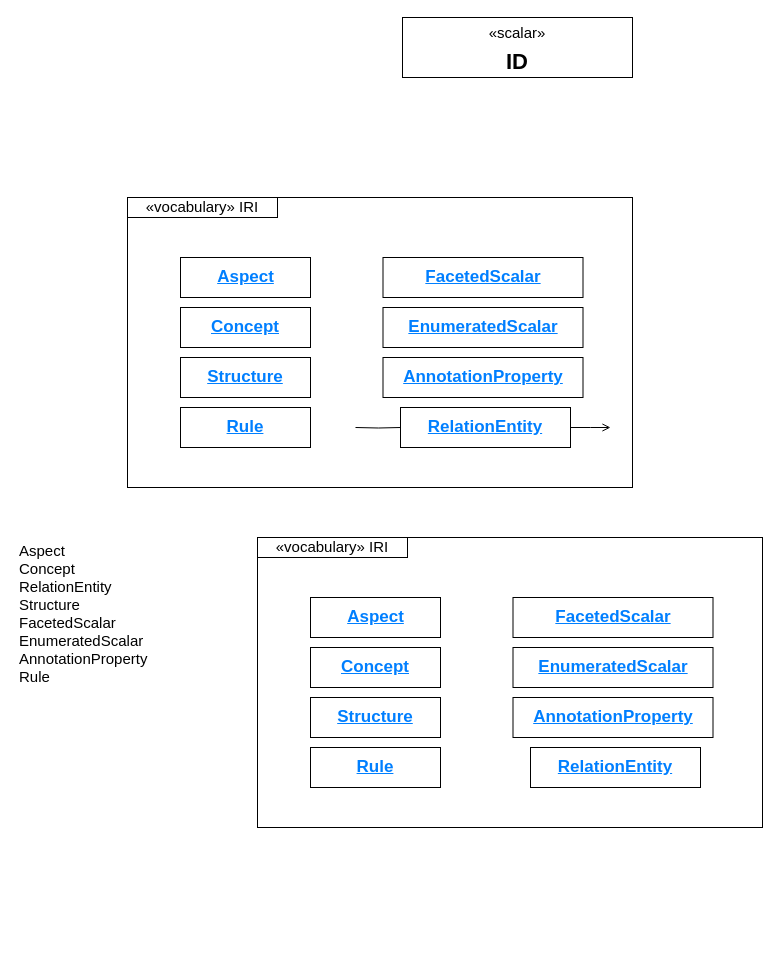
The draw.io diagram page "Vocabulary" (5 of 5) of io.opencaesar.oml.parent/io.opencaesar.oml.specification/oml-spec.drawio in opencaesar/oml, before the edit. Source tidied: cells renumbered, new cells numbered last; positions are measured from the earlier drawing's top-left corner, leaving out a move shared by most shapes. Both pictures are drawn from the tidied source at 100%, with x=0, y=0 at pixel (17, 17).
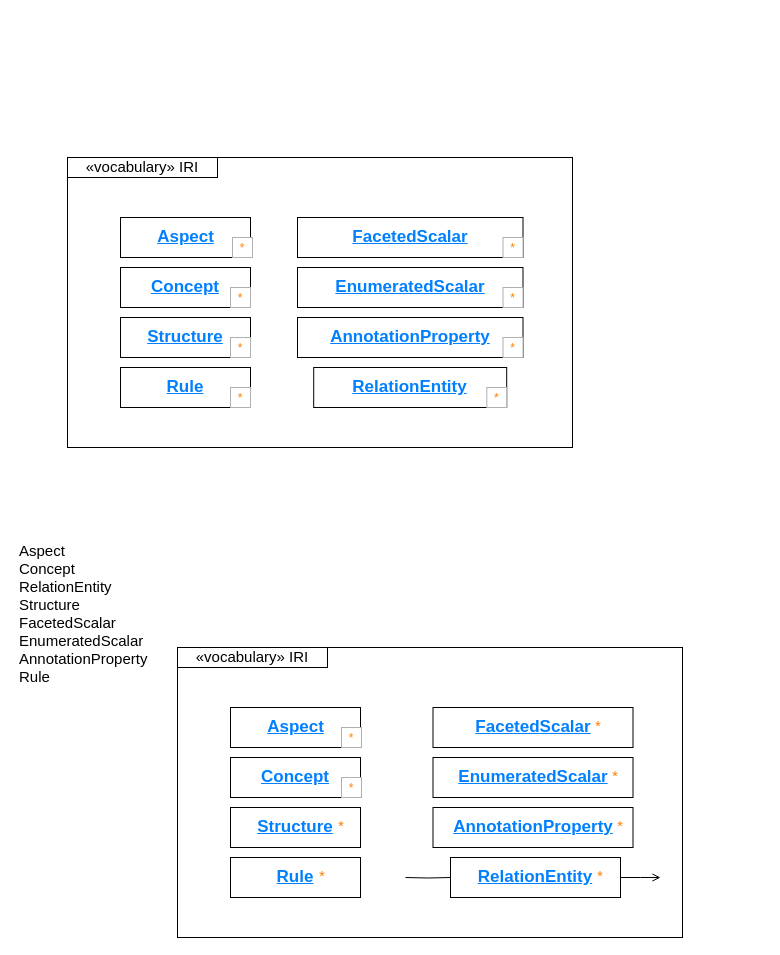
The same diagram, later.

The change refers to these unchanged cells:
```xml
<mxCell id="17" style="group;" parent="8" vertex="1">
  <mxGeometry x="228" y="210" width="255" height="40" as="geometry" />
</mxCell>
```

The edit, as a diff of the source:
```diff
@@
-    <mxCell id="3" style="group;dashed=1;strokeColor=#B0B0B0;fontSize=17;fontColor=#007FFF;" parent="1" vertex="1">
-      <mxGeometry x="385" width="230" height="60" as="geometry" />
-    </mxCell>
-    <mxCell id="4" style="group;" parent="3" vertex="1">
-      <mxGeometry width="230" height="60" as="geometry" />
-    </mxCell>
-    <mxCell id="5" style="rounded=0;whiteSpace=wrap;html=1;" parent="4" vertex="1">
-      <mxGeometry width="230" height="60" as="geometry" />
-    </mxCell>
-    <mxCell id="6" value="«scalar»" style="text;strokeColor=none;fillColor=none;align=center;verticalAlign=middle;rounded=0;fontSize=15;dashed=1;" parent="4" vertex="1">
-      <mxGeometry x="80" y="4" width="70" height="20" as="geometry" />
-    </mxCell>
-    <mxCell id="7" value="ID" style="text;strokeColor=none;fillColor=none;align=center;verticalAlign=middle;rounded=0;fontSize=22;fontStyle=1;" parent="3" vertex="1">
-      <mxGeometry x="95" y="27" width="40" height="30" as="geometry" />
-    </mxCell>
     <mxCell id="8" style="group;" parent="1" vertex="1">
-      <mxGeometry x="110" y="180" width="505" height="290" as="geometry" />
+      <mxGeometry x="160" y="630" width="505" height="290" as="geometry" />
     </mxCell>
@@
-    <mxCell id="10" value="&lt;b&gt;&lt;font style=&quot;font-size: 17px&quot; color=&quot;#007fff&quot;&gt;&lt;u&gt;Aspect&lt;/u&gt;&lt;/font&gt;&lt;/b&gt;" style="rounded=0;html=1;" parent="8" vertex="1">
-      <mxGeometry x="53" y="60" width="130" height="40" as="geometry" />
-    </mxCell>
-    <mxCell id="11" value="&lt;b&gt;&lt;font style=&quot;font-size: 17px&quot; color=&quot;#007fff&quot;&gt;&lt;u&gt;Concept&lt;/u&gt;&lt;/font&gt;&lt;/b&gt;" style="rounded=0;whiteSpace=wrap;html=1;" parent="8" vertex="1">
-      <mxGeometry x="53" y="110" width="130" height="40" as="geometry" />
-    </mxCell>
-    <mxCell id="12" value="&lt;b&gt;&lt;font style=&quot;font-size: 17px&quot; color=&quot;#007fff&quot;&gt;&lt;u&gt;Structure&lt;/u&gt;&lt;/font&gt;&lt;/b&gt;" style="rounded=0;whiteSpace=wrap;html=1;" parent="8" vertex="1">
-      <mxGeometry x="53" y="160" width="130" height="40" as="geometry" />
-    </mxCell>
-    <mxCell id="13" value="&lt;b&gt;&lt;font style=&quot;font-size: 17px&quot; color=&quot;#007fff&quot;&gt;&lt;u&gt;FacetedScalar&lt;/u&gt;&lt;/font&gt;&lt;/b&gt;" style="rounded=0;whiteSpace=wrap;html=1;" parent="8" vertex="1">
-      <mxGeometry x="255.5" y="60" width="200" height="40" as="geometry" />
-    </mxCell>
-    <mxCell id="14" value="&lt;b&gt;&lt;font style=&quot;font-size: 17px&quot; color=&quot;#007fff&quot;&gt;&lt;u&gt;EnumeratedScalar&lt;/u&gt;&lt;/font&gt;&lt;/b&gt;" style="rounded=0;whiteSpace=wrap;html=1;" parent="8" vertex="1">
-      <mxGeometry x="255.5" y="110" width="200" height="40" as="geometry" />
-    </mxCell>
-    <mxCell id="15" value="&lt;b&gt;&lt;font style=&quot;font-size: 17px&quot; color=&quot;#007fff&quot;&gt;&lt;u&gt;AnnotationProperty&lt;/u&gt;&lt;/font&gt;&lt;/b&gt;" style="rounded=0;whiteSpace=wrap;html=1;" parent="8" vertex="1">
-      <mxGeometry x="255.5" y="160" width="200" height="40" as="geometry" />
-    </mxCell>
-    <mxCell id="16" value="&lt;b&gt;&lt;font style=&quot;font-size: 17px&quot; color=&quot;#007fff&quot;&gt;&lt;u&gt;Rule&lt;/u&gt;&lt;/font&gt;&lt;/b&gt;" style="rounded=0;whiteSpace=wrap;html=1;" parent="8" vertex="1">
-      <mxGeometry x="53" y="210" width="130" height="40" as="geometry" />
-    </mxCell>
@@
-    <mxCell id="18" value="&lt;b&gt;&lt;font style=&quot;font-size: 17px&quot; color=&quot;#007fff&quot;&gt;&lt;u&gt;RelationEntity&lt;/u&gt;&lt;/font&gt;&lt;/b&gt;" style="rounded=0;whiteSpace=wrap;html=1;" parent="17" vertex="1">
-      <mxGeometry x="45" width="170" height="40" as="geometry" />
-    </mxCell>
@@
+    <mxCell id="34" style="group;" parent="17" vertex="1">
+      <mxGeometry x="45" width="170" height="40" as="geometry" />
+    </mxCell>
+    <mxCell id="18" value="&lt;b&gt;&lt;font style=&quot;font-size: 17px&quot; color=&quot;#007fff&quot;&gt;&lt;u&gt;RelationEntity&lt;/u&gt;&lt;/font&gt;&lt;/b&gt;" style="rounded=0;whiteSpace=wrap;html=1;" parent="34" vertex="1">
+      <mxGeometry width="170" height="40" as="geometry" />
+    </mxCell>
+    <mxCell id="35" value="&lt;font style=&quot;font-size: 15px;&quot; color=&quot;#ff8000&quot; face=&quot;Courier New&quot;&gt;*&lt;/font&gt;" style="text;html=1;strokeColor=none;fillColor=none;align=center;verticalAlign=middle;whiteSpace=wrap;rounded=0;fontSize=15;fontColor=#FFB366;" parent="34" vertex="1">
+      <mxGeometry x="139" y="5" width="21.7" height="30" as="geometry" />
+    </mxCell>
@@
-    <mxCell id="22" style="group;" parent="1" vertex="1">
-      <mxGeometry x="240" y="520" width="505" height="290" as="geometry" />
-    </mxCell>
+    <mxCell id="36" style="group;" parent="8" vertex="1">
+      <mxGeometry x="53" y="60" width="131" height="40" as="geometry" />
+    </mxCell>
+    <mxCell id="10" value="&lt;b&gt;&lt;font style=&quot;font-size: 17px&quot; color=&quot;#007fff&quot;&gt;&lt;u&gt;Aspect&lt;/u&gt;&lt;/font&gt;&lt;/b&gt;" style="rounded=0;html=1;" parent="36" vertex="1">
+      <mxGeometry width="130" height="40" as="geometry" />
+    </mxCell>
+    <mxCell id="37" value="*" style="rounded=0;glass=0;comic=0;fontColor=#FF8000;strokeColor=#b0b0b0;" parent="36" vertex="1">
+      <mxGeometry x="111" y="20" width="20" height="20" as="geometry" />
+    </mxCell>
+    <mxCell id="38" style="group;" parent="8" vertex="1">
+      <mxGeometry x="255.5" y="160" width="200" height="40" as="geometry" />
+    </mxCell>
+    <mxCell id="15" value="&lt;b&gt;&lt;font style=&quot;font-size: 17px&quot; color=&quot;#007fff&quot;&gt;&lt;u&gt;AnnotationProperty&lt;/u&gt;&lt;/font&gt;&lt;/b&gt;" style="rounded=0;whiteSpace=wrap;html=1;" parent="38" vertex="1">
+      <mxGeometry width="200" height="40" as="geometry" />
+    </mxCell>
+    <mxCell id="39" value="&lt;font style=&quot;font-size: 15px;&quot; color=&quot;#ff8000&quot; face=&quot;Courier New&quot;&gt;*&lt;/font&gt;" style="text;html=1;strokeColor=none;fillColor=none;align=center;verticalAlign=middle;whiteSpace=wrap;rounded=0;fontSize=15;fontColor=#FFB366;" parent="38" vertex="1">
+      <mxGeometry x="176.5" y="5" width="21.7" height="30" as="geometry" />
+    </mxCell>
+    <mxCell id="40" style="group;" parent="8" vertex="1">
+      <mxGeometry x="255.5" y="110" width="200" height="40" as="geometry" />
+    </mxCell>
+    <mxCell id="14" value="&lt;b&gt;&lt;font style=&quot;font-size: 17px&quot; color=&quot;#007fff&quot;&gt;&lt;u&gt;EnumeratedScalar&lt;/u&gt;&lt;/font&gt;&lt;/b&gt;" style="rounded=0;whiteSpace=wrap;html=1;" parent="40" vertex="1">
+      <mxGeometry width="200" height="40" as="geometry" />
+    </mxCell>
+    <mxCell id="41" value="&lt;font style=&quot;font-size: 15px;&quot; color=&quot;#ff8000&quot; face=&quot;Courier New&quot;&gt;*&lt;/font&gt;" style="text;html=1;strokeColor=none;fillColor=none;align=center;verticalAlign=middle;whiteSpace=wrap;rounded=0;fontSize=15;fontColor=#FFB366;" parent="40" vertex="1">
+      <mxGeometry x="171.5" y="5" width="21.7" height="30" as="geometry" />
+    </mxCell>
+    <mxCell id="42" style="group;" parent="8" vertex="1">
+      <mxGeometry x="255.5" y="60" width="200" height="40" as="geometry" />
+    </mxCell>
+    <mxCell id="13" value="&lt;b&gt;&lt;font style=&quot;font-size: 17px&quot; color=&quot;#007fff&quot;&gt;&lt;u&gt;FacetedScalar&lt;/u&gt;&lt;/font&gt;&lt;/b&gt;" style="rounded=0;whiteSpace=wrap;html=1;" parent="42" vertex="1">
+      <mxGeometry width="200" height="40" as="geometry" />
+    </mxCell>
+    <mxCell id="43" value="&lt;font style=&quot;font-size: 15px;&quot; color=&quot;#ff8000&quot; face=&quot;Courier New&quot;&gt;*&lt;/font&gt;" style="text;html=1;strokeColor=none;fillColor=none;align=center;verticalAlign=middle;whiteSpace=wrap;rounded=0;fontSize=15;fontColor=#FFB366;" parent="42" vertex="1">
+      <mxGeometry x="154.5" y="5" width="21.7" height="30" as="geometry" />
+    </mxCell>
+    <mxCell id="44" style="group;" parent="8" vertex="1">
+      <mxGeometry x="53" y="210" width="130" height="40" as="geometry" />
+    </mxCell>
+    <mxCell id="16" value="&lt;b&gt;&lt;font style=&quot;font-size: 17px&quot; color=&quot;#007fff&quot;&gt;&lt;u&gt;Rule&lt;/u&gt;&lt;/font&gt;&lt;/b&gt;" style="rounded=0;whiteSpace=wrap;html=1;" parent="44" vertex="1">
+      <mxGeometry width="130" height="40" as="geometry" />
+    </mxCell>
+    <mxCell id="45" value="&lt;font style=&quot;font-size: 15px;&quot; color=&quot;#ff8000&quot; face=&quot;Courier New&quot;&gt;*&lt;/font&gt;" style="text;html=1;strokeColor=none;fillColor=none;align=center;verticalAlign=middle;whiteSpace=wrap;rounded=0;fontSize=15;fontColor=#FFB366;" parent="44" vertex="1">
+      <mxGeometry x="81.3" y="5" width="21.7" height="30" as="geometry" />
+    </mxCell>
+    <mxCell id="46" style="group;" parent="8" vertex="1">
+      <mxGeometry x="53" y="160" width="130" height="40" as="geometry" />
+    </mxCell>
+    <mxCell id="12" value="&lt;b&gt;&lt;font style=&quot;font-size: 17px&quot; color=&quot;#007fff&quot;&gt;&lt;u&gt;Structure&lt;/u&gt;&lt;/font&gt;&lt;/b&gt;" style="rounded=0;whiteSpace=wrap;html=1;" parent="46" vertex="1">
+      <mxGeometry width="130" height="40" as="geometry" />
+    </mxCell>
+    <mxCell id="47" value="&lt;font style=&quot;font-size: 15px;&quot; color=&quot;#ff8000&quot; face=&quot;Courier New&quot;&gt;*&lt;/font&gt;" style="text;html=1;strokeColor=none;fillColor=none;align=center;verticalAlign=middle;whiteSpace=wrap;rounded=0;fontSize=15;fontColor=#FFB366;" parent="46" vertex="1">
+      <mxGeometry x="100" y="5" width="21.7" height="30" as="geometry" />
+    </mxCell>
+    <mxCell id="48" style="group;" parent="8" vertex="1">
+      <mxGeometry x="53" y="110" width="131" height="40" as="geometry" />
+    </mxCell>
+    <mxCell id="11" value="&lt;b&gt;&lt;font style=&quot;font-size: 17px&quot; color=&quot;#007fff&quot;&gt;&lt;u&gt;Concept&lt;/u&gt;&lt;/font&gt;&lt;/b&gt;" style="rounded=0;whiteSpace=wrap;html=1;" parent="48" vertex="1">
+      <mxGeometry width="130" height="40" as="geometry" />
+    </mxCell>
+    <mxCell id="49" value="*" style="rounded=0;glass=0;comic=0;fontColor=#FF8000;strokeColor=#b0b0b0;" parent="48" vertex="1">
+      <mxGeometry x="111" y="20" width="20" height="20" as="geometry" />
+    </mxCell>
+    <mxCell id="50" style="group;" parent="1" vertex="1">
+      <mxGeometry x="50" y="140" width="505" height="290" as="geometry" />
+    </mxCell>
-    <mxCell id="23" style="rounded=0;whiteSpace=wrap;html=1;" parent="22" vertex="1">
+    <mxCell id="23" style="rounded=0;whiteSpace=wrap;html=1;" parent="50" vertex="1">
       <mxGeometry width="505" height="290" as="geometry" />
     </mxCell>
+    <mxCell id="33" value="&lt;span style=&quot;color: rgb(0 , 0 , 0) ; font-size: 15px&quot;&gt;«vocabulary» IRI&lt;/span&gt;" style="rounded=0;whiteSpace=wrap;html=1;fontSize=17;fontColor=#007FFF;" parent="50" vertex="1">
+      <mxGeometry width="150" height="20" as="geometry" />
+    </mxCell>
+    <mxCell id="51" style="group;" parent="50" vertex="1">
+      <mxGeometry x="230" y="160" width="225.5" height="40" as="geometry" />
+    </mxCell>
+    <mxCell id="29" value="&lt;b&gt;&lt;font style=&quot;font-size: 17px&quot; color=&quot;#007fff&quot;&gt;&lt;u&gt;AnnotationProperty&lt;/u&gt;&lt;/font&gt;&lt;/b&gt;" style="rounded=0;whiteSpace=wrap;html=1;" parent="51" vertex="1">
+      <mxGeometry width="225.5" height="40" as="geometry" />
+    </mxCell>
+    <mxCell id="52" value="*" style="rounded=0;glass=0;comic=0;fontColor=#FF8000;strokeColor=#b0b0b0;" parent="51" vertex="1">
+      <mxGeometry x="205.5" y="20" width="20" height="20" as="geometry" />
+    </mxCell>
+    <mxCell id="53" style="group;" parent="50" vertex="1">
+      <mxGeometry x="230" y="110" width="225.5" height="40" as="geometry" />
+    </mxCell>
+    <mxCell id="28" value="&lt;b&gt;&lt;font style=&quot;font-size: 17px&quot; color=&quot;#007fff&quot;&gt;&lt;u&gt;EnumeratedScalar&lt;/u&gt;&lt;/font&gt;&lt;/b&gt;" style="rounded=0;whiteSpace=wrap;html=1;" parent="53" vertex="1">
+      <mxGeometry width="225.5" height="40" as="geometry" />
+    </mxCell>
+    <mxCell id="54" value="*" style="rounded=0;glass=0;comic=0;fontColor=#FF8000;strokeColor=#b0b0b0;" parent="53" vertex="1">
+      <mxGeometry x="205.5" y="20" width="20" height="20" as="geometry" />
+    </mxCell>
+    <mxCell id="55" style="group;" parent="50" vertex="1">
+      <mxGeometry x="230" y="60" width="225.5" height="40" as="geometry" />
+    </mxCell>
+    <mxCell id="27" value="&lt;b&gt;&lt;font style=&quot;font-size: 17px&quot; color=&quot;#007fff&quot;&gt;&lt;u&gt;FacetedScalar&lt;/u&gt;&lt;/font&gt;&lt;/b&gt;" style="rounded=0;whiteSpace=wrap;html=1;" parent="55" vertex="1">
+      <mxGeometry width="225.5" height="40" as="geometry" />
+    </mxCell>
+    <mxCell id="56" value="*" style="rounded=0;glass=0;comic=0;fontColor=#FF8000;strokeColor=#b0b0b0;" parent="55" vertex="1">
+      <mxGeometry x="205.5" y="20" width="20" height="20" as="geometry" />
+    </mxCell>
+    <mxCell id="57" style="group;" parent="50" vertex="1">
+      <mxGeometry x="53" y="60" width="132" height="40" as="geometry" />
+    </mxCell>
-    <mxCell id="24" value="&lt;b&gt;&lt;font style=&quot;font-size: 17px&quot; color=&quot;#007fff&quot;&gt;&lt;u&gt;Aspect&lt;/u&gt;&lt;/font&gt;&lt;/b&gt;" style="rounded=0;html=1;" parent="22" vertex="1">
-      <mxGeometry x="53" y="60" width="130" height="40" as="geometry" />
+    <mxCell id="24" value="&lt;b&gt;&lt;font style=&quot;font-size: 17px&quot; color=&quot;#007fff&quot;&gt;&lt;u&gt;Aspect&lt;/u&gt;&lt;/font&gt;&lt;/b&gt;" style="rounded=0;html=1;" parent="57" vertex="1">
+      <mxGeometry width="130" height="40" as="geometry" />
     </mxCell>
+    <mxCell id="58" value="*" style="rounded=0;glass=0;comic=0;fontColor=#FF8000;strokeColor=#b0b0b0;" parent="57" vertex="1">
+      <mxGeometry x="112" y="20" width="20" height="20" as="geometry" />
+    </mxCell>
+    <mxCell id="59" style="group;" parent="50" vertex="1">
+      <mxGeometry x="53" y="110" width="130" height="40" as="geometry" />
+    </mxCell>
-    <mxCell id="25" value="&lt;b&gt;&lt;font style=&quot;font-size: 17px&quot; color=&quot;#007fff&quot;&gt;&lt;u&gt;Concept&lt;/u&gt;&lt;/font&gt;&lt;/b&gt;" style="rounded=0;whiteSpace=wrap;html=1;" parent="22" vertex="1">
-      <mxGeometry x="53" y="110" width="130" height="40" as="geometry" />
+    <mxCell id="25" value="&lt;b&gt;&lt;font style=&quot;font-size: 17px&quot; color=&quot;#007fff&quot;&gt;&lt;u&gt;Concept&lt;/u&gt;&lt;/font&gt;&lt;/b&gt;" style="rounded=0;whiteSpace=wrap;html=1;" parent="59" vertex="1">
+      <mxGeometry width="130" height="40" as="geometry" />
     </mxCell>
+    <mxCell id="60" value="*" style="rounded=0;glass=0;comic=0;fontColor=#FF8000;strokeColor=#b0b0b0;" parent="59" vertex="1">
+      <mxGeometry x="110" y="20" width="20" height="20" as="geometry" />
+    </mxCell>
+    <mxCell id="61" style="group;" parent="50" vertex="1">
+      <mxGeometry x="53" y="160" width="130" height="40" as="geometry" />
+    </mxCell>
-    <mxCell id="26" value="&lt;b&gt;&lt;font style=&quot;font-size: 17px&quot; color=&quot;#007fff&quot;&gt;&lt;u&gt;Structure&lt;/u&gt;&lt;/font&gt;&lt;/b&gt;" style="rounded=0;whiteSpace=wrap;html=1;" parent="22" vertex="1">
-      <mxGeometry x="53" y="160" width="130" height="40" as="geometry" />
+    <mxCell id="26" value="&lt;b&gt;&lt;font style=&quot;font-size: 17px&quot; color=&quot;#007fff&quot;&gt;&lt;u&gt;Structure&lt;/u&gt;&lt;/font&gt;&lt;/b&gt;" style="rounded=0;whiteSpace=wrap;html=1;" parent="61" vertex="1">
+      <mxGeometry width="130" height="40" as="geometry" />
     </mxCell>
-    <mxCell id="27" value="&lt;b&gt;&lt;font style=&quot;font-size: 17px&quot; color=&quot;#007fff&quot;&gt;&lt;u&gt;FacetedScalar&lt;/u&gt;&lt;/font&gt;&lt;/b&gt;" style="rounded=0;whiteSpace=wrap;html=1;" parent="22" vertex="1">
-      <mxGeometry x="255.5" y="60" width="200" height="40" as="geometry" />
-    </mxCell>
-    <mxCell id="28" value="&lt;b&gt;&lt;font style=&quot;font-size: 17px&quot; color=&quot;#007fff&quot;&gt;&lt;u&gt;EnumeratedScalar&lt;/u&gt;&lt;/font&gt;&lt;/b&gt;" style="rounded=0;whiteSpace=wrap;html=1;" parent="22" vertex="1">
-      <mxGeometry x="255.5" y="110" width="200" height="40" as="geometry" />
-    </mxCell>
-    <mxCell id="29" value="&lt;b&gt;&lt;font style=&quot;font-size: 17px&quot; color=&quot;#007fff&quot;&gt;&lt;u&gt;AnnotationProperty&lt;/u&gt;&lt;/font&gt;&lt;/b&gt;" style="rounded=0;whiteSpace=wrap;html=1;" parent="22" vertex="1">
-      <mxGeometry x="255.5" y="160" width="200" height="40" as="geometry" />
-    </mxCell>
+    <mxCell id="62" value="*" style="rounded=0;glass=0;comic=0;fontColor=#FF8000;strokeColor=#b0b0b0;" parent="61" vertex="1">
+      <mxGeometry x="110" y="20" width="20" height="20" as="geometry" />
+    </mxCell>
+    <mxCell id="63" style="group;" parent="50" vertex="1">
+      <mxGeometry x="53" y="210" width="130" height="40" as="geometry" />
+    </mxCell>
-    <mxCell id="30" value="&lt;b&gt;&lt;font style=&quot;font-size: 17px&quot; color=&quot;#007fff&quot;&gt;&lt;u&gt;Rule&lt;/u&gt;&lt;/font&gt;&lt;/b&gt;" style="rounded=0;whiteSpace=wrap;html=1;" parent="22" vertex="1">
-      <mxGeometry x="53" y="210" width="130" height="40" as="geometry" />
+    <mxCell id="30" value="&lt;b&gt;&lt;font style=&quot;font-size: 17px&quot; color=&quot;#007fff&quot;&gt;&lt;u&gt;Rule&lt;/u&gt;&lt;/font&gt;&lt;/b&gt;" style="rounded=0;whiteSpace=wrap;html=1;" parent="63" vertex="1">
+      <mxGeometry width="130" height="40" as="geometry" />
     </mxCell>
-    <mxCell id="31" style="group;" parent="22" vertex="1">
-      <mxGeometry x="228" y="210" width="255" height="40" as="geometry" />
-    </mxCell>
+    <mxCell id="64" value="*" style="rounded=0;glass=0;comic=0;fontColor=#FF8000;strokeColor=#b0b0b0;" parent="63" vertex="1">
+      <mxGeometry x="110" y="20" width="20" height="20" as="geometry" />
+    </mxCell>
-    <mxCell id="32" value="&lt;b&gt;&lt;font style=&quot;font-size: 17px&quot; color=&quot;#007fff&quot;&gt;&lt;u&gt;RelationEntity&lt;/u&gt;&lt;/font&gt;&lt;/b&gt;" style="rounded=0;whiteSpace=wrap;html=1;" parent="31" vertex="1">
-      <mxGeometry x="45" width="170" height="40" as="geometry" />
+    <mxCell id="32" value="&lt;b&gt;&lt;font style=&quot;font-size: 17px&quot; color=&quot;#007fff&quot;&gt;&lt;u&gt;RelationEntity&lt;/u&gt;&lt;/font&gt;&lt;/b&gt;" style="rounded=0;whiteSpace=wrap;html=1;" parent="50" vertex="1">
+      <mxGeometry x="246.2" y="210" width="193" height="40" as="geometry" />
     </mxCell>
-    <mxCell id="33" value="&lt;span style=&quot;color: rgb(0 , 0 , 0) ; font-size: 15px&quot;&gt;«vocabulary» IRI&lt;/span&gt;" style="rounded=0;whiteSpace=wrap;html=1;fontSize=17;fontColor=#007FFF;" parent="22" vertex="1">
-      <mxGeometry width="150" height="20" as="geometry" />
-    </mxCell>
+    <mxCell id="65" value="*" style="rounded=0;glass=0;comic=0;fontColor=#FF8000;strokeColor=#b0b0b0;" parent="50" vertex="1">
+      <mxGeometry x="419.3" y="230" width="20" height="20" as="geometry" />
+    </mxCell>
```
